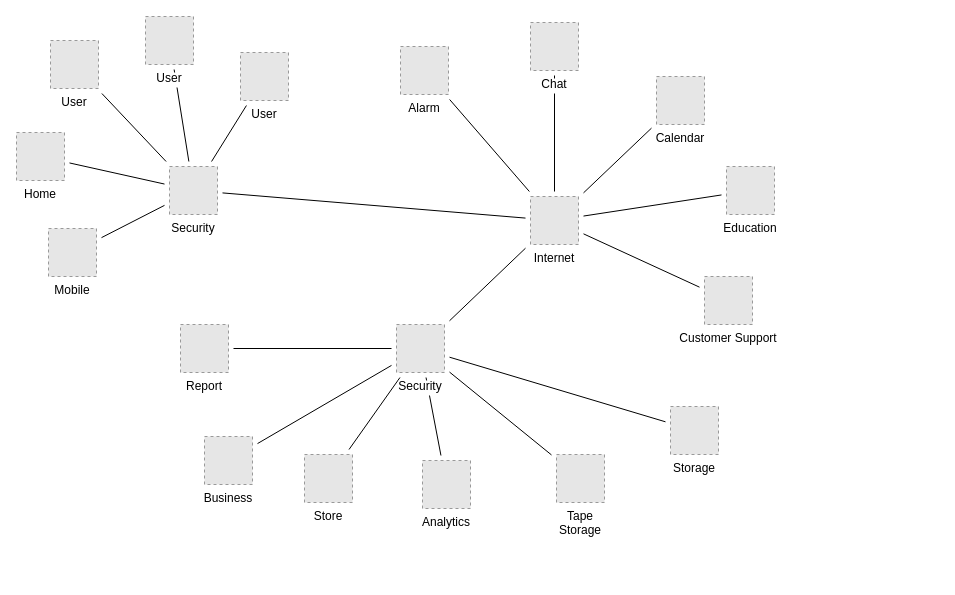
This is collaboration.drawio from OpenDataDSL/diagrams, a draw.io file, before an edit. Source tidied: cells renumbered, new cells numbered last; positions are measured from the earlier drawing's top-left corner, leaving out a move shared by most shapes. Both pictures are drawn from the tidied source at 100%, with x=0, y=0 at pixel (16, 16). Pictures stored in the file or linked from it are replaced by grey dashed boxes.
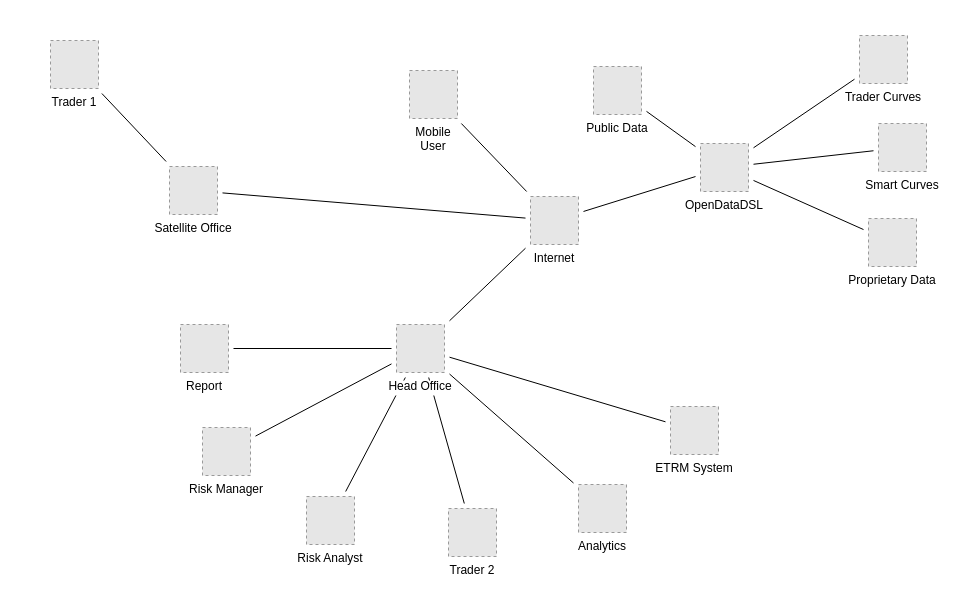
Above is the later version.

The change refers to these unchanged cells:
```xml
<mxCell id="30" value="Internet" style="fillColor=#E6E6E6;strokeColor=#999999;dashed=1;verticalLabelPosition=bottom;verticalAlign=top;labelBackgroundColor=#ffffff;" parent="1" vertex="1">
  <mxGeometry x="514" y="180" width="48" height="48" as="geometry" />
</mxCell>
```

Change to the diagram source:
```diff
@@
+    <mxCell id="39" style="edgeStyle=none;rounded=0;jettySize=auto;html=1;sourcePerimeterSpacing=5;endArrow=none;endFill=0;targetPerimeterSpacing=5;" parent="1" edge="1" source="49" target="40">
+      <mxGeometry relative="1" as="geometry" />
+    </mxCell>
-    <mxCell id="2" style="edgeStyle=none;rounded=0;jettySize=auto;html=1;sourcePerimeterSpacing=5;endArrow=none;endFill=0;targetPerimeterSpacing=5;" parent="1" edge="1" source="21" target="31">
+    <mxCell id="2" style="edgeStyle=none;rounded=0;jettySize=auto;html=1;sourcePerimeterSpacing=5;endArrow=none;endFill=0;targetPerimeterSpacing=5;" parent="1" edge="1" source="21" target="30">
       <mxGeometry relative="1" as="geometry" />
     </mxCell>
-    <mxCell id="3" style="edgeStyle=none;rounded=0;jettySize=auto;html=1;sourcePerimeterSpacing=5;endArrow=none;endFill=0;targetPerimeterSpacing=5;" parent="1" edge="1" source="24" target="31">
-      <mxGeometry relative="1" as="geometry" />
-    </mxCell>
-    <mxCell id="4" style="edgeStyle=none;rounded=0;jettySize=auto;html=1;sourcePerimeterSpacing=5;endArrow=none;endFill=0;targetPerimeterSpacing=5;" parent="1" edge="1" source="30" target="26">
-      <mxGeometry relative="1" as="geometry" />
-    </mxCell>
-    <mxCell id="5" style="edgeStyle=none;rounded=0;jettySize=auto;html=1;sourcePerimeterSpacing=5;endArrow=none;endFill=0;targetPerimeterSpacing=5;" parent="1" edge="1" source="30" target="22">
-      <mxGeometry relative="1" as="geometry" />
-    </mxCell>
-    <mxCell id="6" style="edgeStyle=none;rounded=0;jettySize=auto;html=1;sourcePerimeterSpacing=5;endArrow=none;endFill=0;targetPerimeterSpacing=5;" parent="1" edge="1" source="30" target="32">
-      <mxGeometry relative="1" as="geometry" />
-    </mxCell>
-    <mxCell id="7" style="edgeStyle=none;rounded=0;jettySize=auto;html=1;sourcePerimeterSpacing=5;endArrow=none;endFill=0;targetPerimeterSpacing=5;" parent="1" edge="1" source="30" target="25">
-      <mxGeometry relative="1" as="geometry" />
-    </mxCell>
-    <mxCell id="8" style="edgeStyle=none;rounded=0;jettySize=auto;html=1;sourcePerimeterSpacing=5;endArrow=none;endFill=0;targetPerimeterSpacing=5;" parent="1" edge="1" source="30" target="23">
-      <mxGeometry relative="1" as="geometry" />
-    </mxCell>
@@
-    <mxCell id="12" style="rounded=0;jettySize=auto;html=1;endArrow=none;endFill=0;sourcePerimeterSpacing=5;targetPerimeterSpacing=5;" parent="1" edge="1" source="36" target="31">
+    <mxCell id="12" style="rounded=0;jettySize=auto;html=1;endArrow=none;endFill=0;sourcePerimeterSpacing=5;targetPerimeterSpacing=5;" parent="1" edge="1" source="36" target="38">
       <mxGeometry relative="1" as="geometry" />
     </mxCell>
-    <mxCell id="13" style="edgeStyle=none;rounded=0;jettySize=auto;html=1;sourcePerimeterSpacing=5;endArrow=none;endFill=0;targetPerimeterSpacing=5;" parent="1" edge="1" source="37" target="31">
+    <mxCell id="13" style="edgeStyle=none;rounded=0;jettySize=auto;html=1;sourcePerimeterSpacing=5;endArrow=none;endFill=0;targetPerimeterSpacing=5;" parent="1" edge="1" source="37" target="38">
       <mxGeometry relative="1" as="geometry" />
     </mxCell>
@@
-    <mxCell id="15" style="edgeStyle=none;rounded=0;jettySize=auto;html=1;sourcePerimeterSpacing=5;endArrow=none;endFill=0;targetPerimeterSpacing=5;" parent="1" edge="1" source="38" target="27">
+    <mxCell id="15" style="edgeStyle=none;rounded=0;jettySize=auto;html=1;sourcePerimeterSpacing=5;endArrow=none;endFill=0;targetPerimeterSpacing=5;" parent="1" edge="1" source="38" target="46">
       <mxGeometry relative="1" as="geometry" />
     </mxCell>
-    <mxCell id="16" style="edgeStyle=none;rounded=0;jettySize=auto;html=1;sourcePerimeterSpacing=5;endArrow=none;endFill=0;targetPerimeterSpacing=5;" parent="1" edge="1" source="38" target="34">
-      <mxGeometry relative="1" as="geometry" />
-    </mxCell>
@@
-    <mxCell id="18" style="edgeStyle=none;rounded=0;jettySize=auto;html=1;sourcePerimeterSpacing=5;endArrow=none;endFill=0;targetPerimeterSpacing=5;" parent="1" edge="1" source="38" target="20">
-      <mxGeometry relative="1" as="geometry" />
-    </mxCell>
@@
-    <mxCell id="20" value="Tape&#10;Storage" style="fillColor=#E6E6E6;strokeColor=#999999;dashed=1;verticalLabelPosition=bottom;verticalAlign=top;labelBackgroundColor=#ffffff;" parent="1" vertex="1">
-      <mxGeometry x="540" y="438" width="48" height="48" as="geometry" />
-    </mxCell>
-    <mxCell id="21" value="Mobile" style="fillColor=#E6E6E6;strokeColor=#999999;dashed=1;verticalLabelPosition=bottom;verticalAlign=top;labelBackgroundColor=#ffffff;" parent="1" vertex="1">
-      <mxGeometry x="32" y="212" width="48" height="48" as="geometry" />
+    <mxCell id="21" value="Mobile&#10;User" style="fillColor=#E6E6E6;strokeColor=#999999;dashed=1;verticalLabelPosition=bottom;verticalAlign=top;labelBackgroundColor=#ffffff;" parent="1" vertex="1">
+      <mxGeometry x="393" y="54" width="48" height="48" as="geometry" />
     </mxCell>
-    <mxCell id="22" value="Chat" style="fillColor=#E6E6E6;strokeColor=#999999;dashed=1;verticalLabelPosition=bottom;verticalAlign=top;labelBackgroundColor=#ffffff;" parent="1" vertex="1">
-      <mxGeometry x="514" y="6" width="48" height="48" as="geometry" />
-    </mxCell>
-    <mxCell id="23" value="Customer Support" style="fillColor=#E6E6E6;strokeColor=#999999;dashed=1;verticalLabelPosition=bottom;verticalAlign=top;labelBackgroundColor=#ffffff;" parent="1" vertex="1">
-      <mxGeometry x="688" y="260" width="48" height="48" as="geometry" />
-    </mxCell>
-    <mxCell id="24" value="Home" style="fillColor=#E6E6E6;strokeColor=#999999;dashed=1;verticalLabelPosition=bottom;verticalAlign=top;labelBackgroundColor=#ffffff;" parent="1" vertex="1">
-      <mxGeometry y="116" width="48" height="48" as="geometry" />
-    </mxCell>
-    <mxCell id="25" value="Education" style="fillColor=#E6E6E6;strokeColor=#999999;dashed=1;verticalLabelPosition=bottom;verticalAlign=top;labelBackgroundColor=#ffffff;" parent="1" vertex="1">
-      <mxGeometry x="710" y="150" width="48" height="48" as="geometry" />
-    </mxCell>
-    <mxCell id="26" value="Alarm" style="fillColor=#E6E6E6;strokeColor=#999999;dashed=1;verticalLabelPosition=bottom;verticalAlign=top;labelBackgroundColor=#ffffff;" parent="1" vertex="1">
-      <mxGeometry x="384" y="30" width="48" height="48" as="geometry" />
-    </mxCell>
-    <mxCell id="27" value="Business" style="fillColor=#E6E6E6;strokeColor=#999999;dashed=1;verticalLabelPosition=bottom;verticalAlign=top;labelBackgroundColor=#ffffff;" parent="1" vertex="1">
-      <mxGeometry x="188" y="420" width="48" height="48" as="geometry" />
-    </mxCell>
@@
-    <mxCell id="29" value="Storage" style="fillColor=#E6E6E6;strokeColor=#999999;dashed=1;verticalLabelPosition=bottom;verticalAlign=top;labelBackgroundColor=#ffffff;" parent="1" vertex="1">
+    <mxCell id="29" value="ETRM System" style="fillColor=#E6E6E6;strokeColor=#999999;dashed=1;verticalLabelPosition=bottom;verticalAlign=top;labelBackgroundColor=#ffffff;" parent="1" vertex="1">
       <mxGeometry x="654" y="390" width="48" height="48" as="geometry" />
     </mxCell>
@@
-    <mxCell id="31" value="Security" style="fillColor=#E6E6E6;strokeColor=#999999;dashed=1;verticalLabelPosition=bottom;verticalAlign=top;labelBackgroundColor=#ffffff;" parent="1" vertex="1">
+    <mxCell id="31" value="Satellite Office" style="fillColor=#E6E6E6;strokeColor=#999999;dashed=1;verticalLabelPosition=bottom;verticalAlign=top;labelBackgroundColor=#ffffff;" parent="1" vertex="1">
       <mxGeometry x="153" y="150" width="48" height="48" as="geometry" />
     </mxCell>
-    <mxCell id="32" value="Calendar" style="fillColor=#E6E6E6;strokeColor=#999999;dashed=1;verticalLabelPosition=bottom;verticalAlign=top;labelBackgroundColor=#ffffff;" parent="1" vertex="1">
-      <mxGeometry x="640" y="60" width="48" height="48" as="geometry" />
-    </mxCell>
     <mxCell id="33" value="Analytics" style="fillColor=#E6E6E6;strokeColor=#999999;dashed=1;verticalLabelPosition=bottom;verticalAlign=top;labelBackgroundColor=#ffffff;" parent="1" vertex="1">
-      <mxGeometry x="406" y="444" width="48" height="48" as="geometry" />
+      <mxGeometry x="562" y="468" width="48" height="48" as="geometry" />
     </mxCell>
-    <mxCell id="34" value="Store" style="fillColor=#E6E6E6;strokeColor=#999999;dashed=1;verticalLabelPosition=bottom;verticalAlign=top;labelBackgroundColor=#ffffff;" parent="1" vertex="1">
-      <mxGeometry x="288" y="438" width="48" height="48" as="geometry" />
-    </mxCell>
-    <mxCell id="35" value="User" style="fillColor=#E6E6E6;strokeColor=#999999;dashed=1;verticalLabelPosition=bottom;verticalAlign=top;labelBackgroundColor=#ffffff;" parent="1" vertex="1">
+    <mxCell id="35" value="Trader 1" style="fillColor=#E6E6E6;strokeColor=#999999;dashed=1;verticalLabelPosition=bottom;verticalAlign=top;labelBackgroundColor=#ffffff;" parent="1" vertex="1">
       <mxGeometry x="34" y="24" width="48" height="48" as="geometry" />
     </mxCell>
-    <mxCell id="36" value="User" style="fillColor=#E6E6E6;strokeColor=#999999;dashed=1;verticalLabelPosition=bottom;verticalAlign=top;labelBackgroundColor=#ffffff;" parent="1" vertex="1">
-      <mxGeometry x="224" y="36" width="48" height="48" as="geometry" />
+    <mxCell id="36" value="Risk Analyst" style="fillColor=#E6E6E6;strokeColor=#999999;dashed=1;verticalLabelPosition=bottom;verticalAlign=top;labelBackgroundColor=#ffffff;" parent="1" vertex="1">
+      <mxGeometry x="290" y="480" width="48" height="48" as="geometry" />
     </mxCell>
-    <mxCell id="37" value="User" style="fillColor=#E6E6E6;strokeColor=#999999;dashed=1;verticalLabelPosition=bottom;verticalAlign=top;labelBackgroundColor=#ffffff;" parent="1" vertex="1">
-      <mxGeometry x="129" width="48" height="48" as="geometry" />
+    <mxCell id="37" value="Trader 2" style="fillColor=#E6E6E6;strokeColor=#999999;dashed=1;verticalLabelPosition=bottom;verticalAlign=top;labelBackgroundColor=#ffffff;" parent="1" vertex="1">
+      <mxGeometry x="432" y="492" width="48" height="48" as="geometry" />
     </mxCell>
-    <mxCell id="38" value="Security" style="fillColor=#E6E6E6;strokeColor=#999999;dashed=1;verticalLabelPosition=bottom;verticalAlign=top;labelBackgroundColor=#ffffff;" parent="1" vertex="1">
+    <mxCell id="38" value="Head Office" style="fillColor=#E6E6E6;strokeColor=#999999;dashed=1;verticalLabelPosition=bottom;verticalAlign=top;labelBackgroundColor=#ffffff;" parent="1" vertex="1">
       <mxGeometry x="380" y="308" width="48" height="48" as="geometry" />
     </mxCell>
+    <mxCell id="40" value="OpenDataDSL" style="fillColor=#E6E6E6;strokeColor=#999999;dashed=1;verticalLabelPosition=bottom;verticalAlign=top;" parent="1" vertex="1">
+      <mxGeometry x="684" y="127" width="48" height="48" as="geometry" />
+    </mxCell>
+    <mxCell id="41" style="edgeStyle=none;rounded=0;jettySize=auto;html=1;sourcePerimeterSpacing=5;endArrow=none;endFill=0;targetPerimeterSpacing=5;" parent="1" edge="1" source="40" target="30">
+      <mxGeometry relative="1" as="geometry" />
+    </mxCell>
+    <mxCell id="42" value="Smart Curves" style="fillColor=#E6E6E6;strokeColor=#999999;dashed=1;verticalLabelPosition=bottom;verticalAlign=top;" parent="1" vertex="1">
+      <mxGeometry x="862" y="107" width="48" height="48" as="geometry" />
+    </mxCell>
+    <mxCell id="43" style="edgeStyle=none;rounded=0;jettySize=auto;html=1;sourcePerimeterSpacing=5;endArrow=none;endFill=0;targetPerimeterSpacing=5;" parent="1" edge="1" source="42" target="40">
+      <mxGeometry relative="1" as="geometry" />
+    </mxCell>
+    <mxCell id="44" value="Trader Curves" style="fillColor=#E6E6E6;strokeColor=#999999;dashed=1;verticalLabelPosition=bottom;verticalAlign=top;" parent="1" vertex="1">
+      <mxGeometry x="843" y="19" width="48" height="48" as="geometry" />
+    </mxCell>
+    <mxCell id="45" style="edgeStyle=none;rounded=0;jettySize=auto;html=1;sourcePerimeterSpacing=5;endArrow=none;endFill=0;targetPerimeterSpacing=5;" parent="1" edge="1" source="44" target="40">
+      <mxGeometry relative="1" as="geometry" />
+    </mxCell>
+    <mxCell id="46" value="Risk Manager" style="fillColor=#E6E6E6;strokeColor=#999999;dashed=1;verticalLabelPosition=bottom;verticalAlign=top;" parent="1" vertex="1">
+      <mxGeometry x="186" y="411" width="48" height="48" as="geometry" />
+    </mxCell>
+    <mxCell id="47" value="Public Data" style="fillColor=#E6E6E6;strokeColor=#999999;dashed=1;verticalLabelPosition=bottom;verticalAlign=top;" parent="1" vertex="1">
+      <mxGeometry x="577" y="50" width="48" height="48" as="geometry" />
+    </mxCell>
+    <mxCell id="48" style="edgeStyle=none;rounded=0;jettySize=auto;html=1;sourcePerimeterSpacing=5;endArrow=none;endFill=0;targetPerimeterSpacing=5;" parent="1" edge="1" source="47" target="40">
+      <mxGeometry relative="1" as="geometry" />
+    </mxCell>
+    <mxCell id="49" value="Proprietary Data" style="fillColor=#E6E6E6;strokeColor=#999999;dashed=1;verticalLabelPosition=bottom;verticalAlign=top;" parent="1" vertex="1">
+      <mxGeometry x="852" y="202" width="48" height="48" as="geometry" />
+    </mxCell>
```
